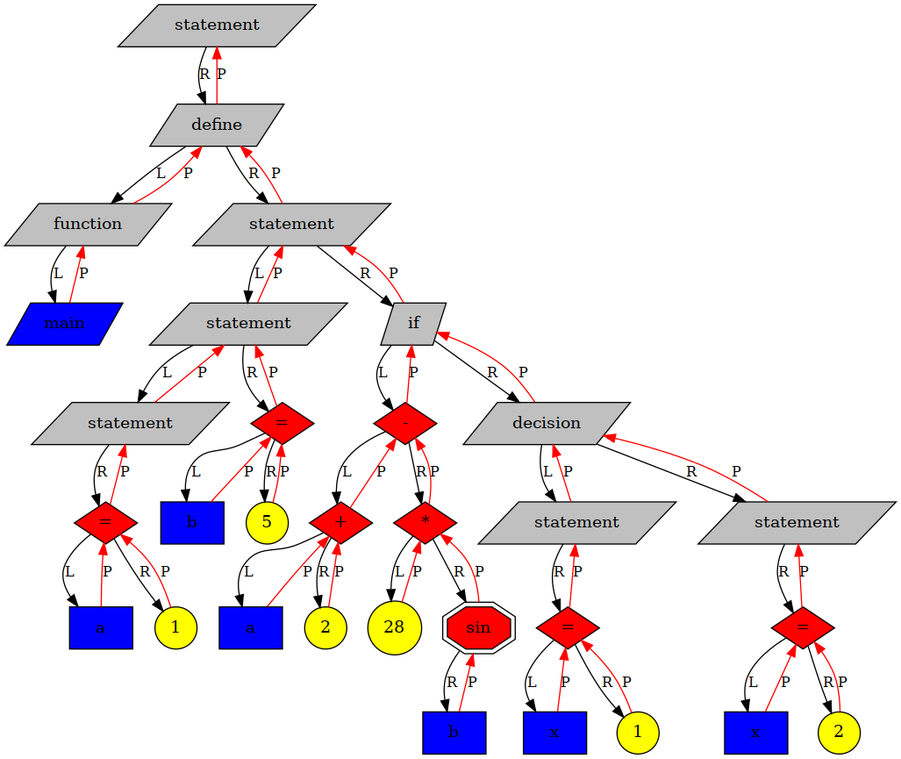
vihlancevk/MyProgrammingLanguage keeps this Graphviz diagram as graphviz.png. Above is the earlier version. Its source is kept beside it as graphviz.gv.
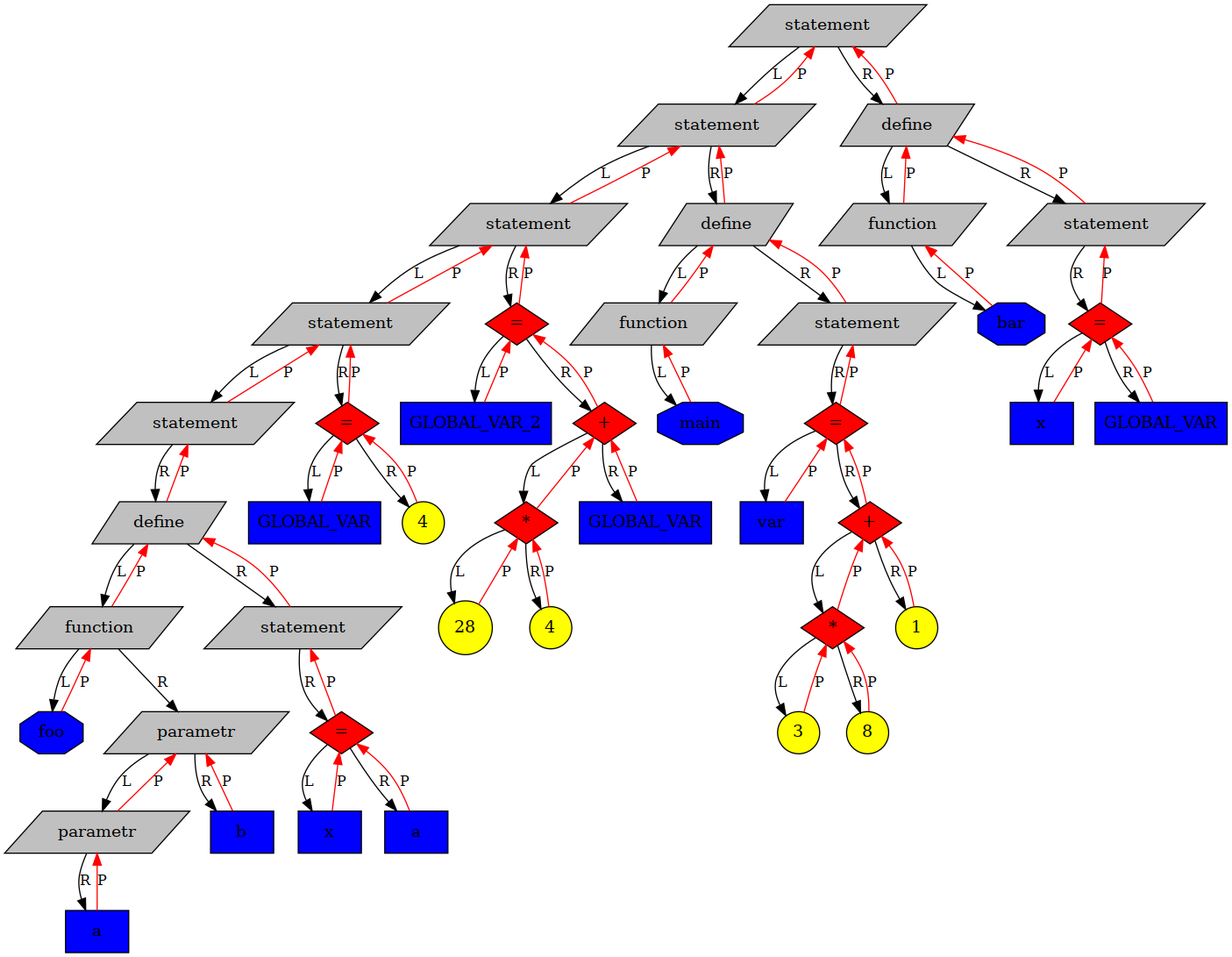
The same diagram one commit later.

What changed in the source:
```diff
@@ -4,97 +4,135 @@
 
 	node[fontsize=14];
 
-	94216030987312[shape=record, shape=parallelogram, style="filled", fillcolor=grey, label="statement"];
-	94216030987408[shape=record, shape=parallelogram, style="filled", fillcolor=grey, label="define"];
-	94216030987600[shape=record, shape=parallelogram, style="filled", fillcolor=grey, label="function"];
-	94216030990768[shape=record, shape=parallelogram, style="filled", fillcolor=blue, label="main"];
-	94216030988688[shape=record, shape=parallelogram, style="filled", fillcolor=grey, label="statement"];
-	94216030988240[shape=record, shape=parallelogram, style="filled", fillcolor=grey, label="statement"];
-	94216030987792[shape=record, shape=parallelogram, style="filled", fillcolor=grey, label="statement"];
-	94216030987856[shape=record, shape=diamond, style="filled", fillcolor=red, label="="];
-	94216030988048[shape=record, shape=rectangle, style="filled", fillcolor=blue, label="a"];
-	94216030988144[shape=record, shape=circle, style="filled", fillcolor=yellow, label="1"];
-	94216030988304[shape=record, shape=diamond, style="filled", fillcolor=red, label="="];
-	94216030988496[shape=record, shape=rectangle, style="filled", fillcolor=blue, label="b"];
-	94216030988592[shape=record, shape=circle, style="filled", fillcolor=yellow, label="5"];
-	94216030988752[shape=record, shape=parallelogram, style="filled", fillcolor=grey, label="if"];
-	94216030989552[shape=record, shape=diamond, style="filled", fillcolor=red, label="-"];
-	94216030989104[shape=record, shape=diamond, style="filled", fillcolor=red, label="+"];
-	94216030988944[shape=record, shape=rectangle, style="filled", fillcolor=blue, label="a"];
-	94216030989040[shape=record, shape=circle, style="filled", fillcolor=yellow, label="2"];
-	94216030989456[shape=record, shape=diamond, style="filled", fillcolor=red, label="*"];
-	94216030989200[shape=record, shape=circle, style="filled", fillcolor=yellow, label="28"];
-	94216030989360[shape=record, shape=doubleoctagon, style="filled", fillcolor=red, label="sin"];
-	94216030989264[shape=record, shape=rectangle, style="filled", fillcolor=blue, label="b"];
-	94216030989648[shape=record, shape=parallelogram, style="filled", fillcolor=grey, label="decision"];
-	94216030989840[shape=record, shape=parallelogram, style="filled", fillcolor=grey, label="statement"];
-	94216030989904[shape=record, shape=diamond, style="filled", fillcolor=red, label="="];
-	94216030990096[shape=record, shape=rectangle, style="filled", fillcolor=blue, label="x"];
-	94216030990192[shape=record, shape=circle, style="filled", fillcolor=yellow, label="1"];
-	94216030990288[shape=record, shape=parallelogram, style="filled", fillcolor=grey, label="statement"];
-	94216030990352[shape=record, shape=diamond, style="filled", fillcolor=red, label="="];
-	94216030990544[shape=record, shape=rectangle, style="filled", fillcolor=blue, label="x"];
-	94216030990640[shape=record, shape=circle, style="filled", fillcolor=yellow, label="2"];
+	94135937869344[shape=record, shape=parallelogram, style="filled", fillcolor=grey, label="statement"];
+	94135937867904[shape=record, shape=parallelogram, style="filled", fillcolor=grey, label="statement"];
+	94135937867104[shape=record, shape=parallelogram, style="filled", fillcolor=grey, label="statement"];
+	94135937866656[shape=record, shape=parallelogram, style="filled", fillcolor=grey, label="statement"];
+	94135937865024[shape=record, shape=parallelogram, style="filled", fillcolor=grey, label="statement"];
+	94135937865088[shape=record, shape=parallelogram, style="filled", fillcolor=grey, label="define"];
+	94135937865280[shape=record, shape=parallelogram, style="filled", fillcolor=grey, label="function"];
+	94135937865472[shape=record, shape=octagon, style="filled", fillcolor=blue, label="foo"];
+	94135937865856[shape=record, shape=parallelogram, style="filled", fillcolor=grey, label="parametr"];
+	94135937865568[shape=record, shape=parallelogram, style="filled", fillcolor=grey, label="parametr"];
+	94135937865632[shape=record, shape=rectangle, style="filled", fillcolor=blue, label="a"];
+	94135937865920[shape=record, shape=rectangle, style="filled", fillcolor=blue, label="b"];
+	94135937866144[shape=record, shape=parallelogram, style="filled", fillcolor=grey, label="statement"];
+	94135937866208[shape=record, shape=diamond, style="filled", fillcolor=red, label="="];
+	94135937866400[shape=record, shape=rectangle, style="filled", fillcolor=blue, label="x"];
+	94135937866496[shape=record, shape=rectangle, style="filled", fillcolor=blue, label="a"];
+	94135937866720[shape=record, shape=diamond, style="filled", fillcolor=red, label="="];
+	94135937866912[shape=record, shape=rectangle, style="filled", fillcolor=blue, label="GLOBAL_VAR"];
+	94135937867008[shape=record, shape=circle, style="filled", fillcolor=yellow, label="4"];
+	94135937867168[shape=record, shape=diamond, style="filled", fillcolor=red, label="="];
+	94135937867360[shape=record, shape=rectangle, style="filled", fillcolor=blue, label="GLOBAL_VAR_2"];
+	94135937867776[shape=record, shape=diamond, style="filled", fillcolor=red, label="+"];
+	94135937867584[shape=record, shape=diamond, style="filled", fillcolor=red, label="*"];
+	94135937867456[shape=record, shape=circle, style="filled", fillcolor=yellow, label="28"];
+	94135937867520[shape=record, shape=circle, style="filled", fillcolor=yellow, label="4"];
+	94135937867680[shape=record, shape=rectangle, style="filled", fillcolor=blue, label="GLOBAL_VAR"];
+	94135937867968[shape=record, shape=parallelogram, style="filled", fillcolor=grey, label="define"];
+	94135937868160[shape=record, shape=parallelogram, style="filled", fillcolor=grey, label="function"];
+	94135937868352[shape=record, shape=octagon, style="filled", fillcolor=blue, label="main"];
+	94135937868544[shape=record, shape=parallelogram, style="filled", fillcolor=grey, label="statement"];
+	94135937868608[shape=record, shape=diamond, style="filled", fillcolor=red, label="="];
+	94135937868800[shape=record, shape=rectangle, style="filled", fillcolor=blue, label="var"];
+	94135937869184[shape=record, shape=diamond, style="filled", fillcolor=red, label="+"];
+	94135937869024[shape=record, shape=diamond, style="filled", fillcolor=red, label="*"];
+	94135937868896[shape=record, shape=circle, style="filled", fillcolor=yellow, label="3"];
+	94135937868960[shape=record, shape=circle, style="filled", fillcolor=yellow, label="8"];
+	94135937869120[shape=record, shape=circle, style="filled", fillcolor=yellow, label="1"];
+	94135937869408[shape=record, shape=parallelogram, style="filled", fillcolor=grey, label="define"];
+	94135937869600[shape=record, shape=parallelogram, style="filled", fillcolor=grey, label="function"];
+	94135937869792[shape=record, shape=octagon, style="filled", fillcolor=blue, label="bar"];
+	94135937869888[shape=record, shape=parallelogram, style="filled", fillcolor=grey, label="statement"];
+	94135937869952[shape=record, shape=diamond, style="filled", fillcolor=red, label="="];
+	94135937870144[shape=record, shape=rectangle, style="filled", fillcolor=blue, label="x"];
+	94135937870240[shape=record, shape=rectangle, style="filled", fillcolor=blue, label="GLOBAL_VAR"];
 
-	94216030987312 -> 94216030987408[label = "R", fontsize=12]
-	94216030987408 -> 94216030987312[label = "P", color=red, fontsize=12]
-	94216030987408 -> 94216030987600[label = "L", fontsize=12]
-	94216030987408 -> 94216030988688[label = "R", fontsize=12]
-	94216030987600 -> 94216030987408[label = "P", color=red, fontsize=12]
-	94216030987600 -> 94216030990768[label = "L", fontsize=12]
-	94216030990768 -> 94216030987600[label = "P", color=red, fontsize=12]
-	94216030988688 -> 94216030987408[label = "P", color=red, fontsize=12]
-	94216030988688 -> 94216030988240[label = "L", fontsize=12]
-	94216030988688 -> 94216030988752[label = "R", fontsize=12]
-	94216030988240 -> 94216030988688[label = "P", color=red, fontsize=12]
-	94216030988240 -> 94216030987792[label = "L", fontsize=12]
-	94216030988240 -> 94216030988304[label = "R", fontsize=12]
-	94216030987792 -> 94216030988240[label = "P", color=red, fontsize=12]
-	94216030987792 -> 94216030987856[label = "R", fontsize=12]
-	94216030987856 -> 94216030987792[label = "P", color=red, fontsize=12]
-	94216030987856 -> 94216030988048[label = "L", fontsize=12]
-	94216030987856 -> 94216030988144[label = "R", fontsize=12]
-	94216030988048 -> 94216030987856[label = "P", color=red, fontsize=12]
-	94216030988144 -> 94216030987856[label = "P", color=red, fontsize=12]
-	94216030988304 -> 94216030988240[label = "P", color=red, fontsize=12]
-	94216030988304 -> 94216030988496[label = "L", fontsize=12]
-	94216030988304 -> 94216030988592[label = "R", fontsize=12]
-	94216030988496 -> 94216030988304[label = "P", color=red, fontsize=12]
-	94216030988592 -> 94216030988304[label = "P", color=red, fontsize=12]
-	94216030988752 -> 94216030988688[label = "P", color=red, fontsize=12]
-	94216030988752 -> 94216030989552[label = "L", fontsize=12]
-	94216030988752 -> 94216030989648[label = "R", fontsize=12]
-	94216030989552 -> 94216030988752[label = "P", color=red, fontsize=12]
-	94216030989552 -> 94216030989104[label = "L", fontsize=12]
-	94216030989552 -> 94216030989456[label = "R", fontsize=12]
-	94216030989104 -> 94216030989552[label = "P", color=red, fontsize=12]
-	94216030989104 -> 94216030988944[label = "L", fontsize=12]
-	94216030989104 -> 94216030989040[label = "R", fontsize=12]
-	94216030988944 -> 94216030989104[label = "P", color=red, fontsize=12]
-	94216030989040 -> 94216030989104[label = "P", color=red, fontsize=12]
-	94216030989456 -> 94216030989552[label = "P", color=red, fontsize=12]
-	94216030989456 -> 94216030989200[label = "L", fontsize=12]
-	94216030989456 -> 94216030989360[label = "R", fontsize=12]
-	94216030989200 -> 94216030989456[label = "P", color=red, fontsize=12]
-	94216030989360 -> 94216030989456[label = "P", color=red, fontsize=12]
-	94216030989360 -> 94216030989264[label = "R", fontsize=12]
-	94216030989264 -> 94216030989360[label = "P", color=red, fontsize=12]
-	94216030989648 -> 94216030988752[label = "P", color=red, fontsize=12]
-	94216030989648 -> 94216030989840[label = "L", fontsize=12]
-	94216030989648 -> 94216030990288[label = "R", fontsize=12]
-	94216030989840 -> 94216030989648[label = "P", color=red, fontsize=12]
-	94216030989840 -> 94216030989904[label = "R", fontsize=12]
-	94216030989904 -> 94216030989840[label = "P", color=red, fontsize=12]
-	94216030989904 -> 94216030990096[label = "L", fontsize=12]
-	94216030989904 -> 94216030990192[label = "R", fontsize=12]
-	94216030990096 -> 94216030989904[label = "P", color=red, fontsize=12]
-	94216030990192 -> 94216030989904[label = "P", color=red, fontsize=12]
-	94216030990288 -> 94216030989648[label = "P", color=red, fontsize=12]
-	94216030990288 -> 94216030990352[label = "R", fontsize=12]
-	94216030990352 -> 94216030990288[label = "P", color=red, fontsize=12]
-	94216030990352 -> 94216030990544[label = "L", fontsize=12]
-	94216030990352 -> 94216030990640[label = "R", fontsize=12]
-	94216030990544 -> 94216030990352[label = "P", color=red, fontsize=12]
-	94216030990640 -> 94216030990352[label = "P", color=red, fontsize=12]
+	94135937869344 -> 94135937867904[label = "L", fontsize=12]
+	94135937869344 -> 94135937869408[label = "R", fontsize=12]
+	94135937867904 -> 94135937869344[label = "P", color=red, fontsize=12]
+	94135937867904 -> 94135937867104[label = "L", fontsize=12]
+	94135937867904 -> 94135937867968[label = "R", fontsize=12]
+	94135937867104 -> 94135937867904[label = "P", color=red, fontsize=12]
+	94135937867104 -> 94135937866656[label = "L", fontsize=12]
+	94135937867104 -> 94135937867168[label = "R", fontsize=12]
+	94135937866656 -> 94135937867104[label = "P", color=red, fontsize=12]
+	94135937866656 -> 94135937865024[label = "L", fontsize=12]
+	94135937866656 -> 94135937866720[label = "R", fontsize=12]
+	94135937865024 -> 94135937866656[label = "P", color=red, fontsize=12]
+	94135937865024 -> 94135937865088[label = "R", fontsize=12]
+	94135937865088 -> 94135937865024[label = "P", color=red, fontsize=12]
+	94135937865088 -> 94135937865280[label = "L", fontsize=12]
+	94135937865088 -> 94135937866144[label = "R", fontsize=12]
+	94135937865280 -> 94135937865088[label = "P", color=red, fontsize=12]
+	94135937865280 -> 94135937865472[label = "L", fontsize=12]
+	94135937865280 -> 94135937865856[label = "R", fontsize=12]
+	94135937865472 -> 94135937865280[label = "P", color=red, fontsize=12]
+	94135937865856 -> 94135937865568[label = "L", fontsize=12]
+	94135937865856 -> 94135937865920[label = "R", fontsize=12]
+	94135937865568 -> 94135937865856[label = "P", color=red, fontsize=12]
+	94135937865568 -> 94135937865632[label = "R", fontsize=12]
+	94135937865632 -> 94135937865568[label = "P", color=red, fontsize=12]
+	94135937865920 -> 94135937865856[label = "P", color=red, fontsize=12]
+	94135937866144 -> 94135937865088[label = "P", color=red, fontsize=12]
+	94135937866144 -> 94135937866208[label = "R", fontsize=12]
+	94135937866208 -> 94135937866144[label = "P", color=red, fontsize=12]
+	94135937866208 -> 94135937866400[label = "L", fontsize=12]
+	94135937866208 -> 94135937866496[label = "R", fontsize=12]
+	94135937866400 -> 94135937866208[label = "P", color=red, fontsize=12]
+	94135937866496 -> 94135937866208[label = "P", color=red, fontsize=12]
+	94135937866720 -> 94135937866656[label = "P", color=red, fontsize=12]
+	94135937866720 -> 94135937866912[label = "L", fontsize=12]
+	94135937866720 -> 94135937867008[label = "R", fontsize=12]
+	94135937866912 -> 94135937866720[label = "P", color=red, fontsize=12]
+	94135937867008 -> 94135937866720[label = "P", color=red, fontsize=12]
+	94135937867168 -> 94135937867104[label = "P", color=red, fontsize=12]
+	94135937867168 -> 94135937867360[label = "L", fontsize=12]
+	94135937867168 -> 94135937867776[label = "R", fontsize=12]
+	94135937867360 -> 94135937867168[label = "P", color=red, fontsize=12]
+	94135937867776 -> 94135937867168[label = "P", color=red, fontsize=12]
+	94135937867776 -> 94135937867584[label = "L", fontsize=12]
+	94135937867776 -> 94135937867680[label = "R", fontsize=12]
+	94135937867584 -> 94135937867776[label = "P", color=red, fontsize=12]
+	94135937867584 -> 94135937867456[label = "L", fontsize=12]
+	94135937867584 -> 94135937867520[label = "R", fontsize=12]
+	94135937867456 -> 94135937867584[label = "P", color=red, fontsize=12]
+	94135937867520 -> 94135937867584[label = "P", color=red, fontsize=12]
+	94135937867680 -> 94135937867776[label = "P", color=red, fontsize=12]
+	94135937867968 -> 94135937867904[label = "P", color=red, fontsize=12]
+	94135937867968 -> 94135937868160[label = "L", fontsize=12]
+	94135937867968 -> 94135937868544[label = "R", fontsize=12]
+	94135937868160 -> 94135937867968[label = "P", color=red, fontsize=12]
+	94135937868160 -> 94135937868352[label = "L", fontsize=12]
+	94135937868352 -> 94135937868160[label = "P", color=red, fontsize=12]
+	94135937868544 -> 94135937867968[label = "P", color=red, fontsize=12]
+	94135937868544 -> 94135937868608[label = "R", fontsize=12]
+	94135937868608 -> 94135937868544[label = "P", color=red, fontsize=12]
+	94135937868608 -> 94135937868800[label = "L", fontsize=12]
+	94135937868608 -> 94135937869184[label = "R", fontsize=12]
+	94135937868800 -> 94135937868608[label = "P", color=red, fontsize=12]
+	94135937869184 -> 94135937868608[label = "P", color=red, fontsize=12]
+	94135937869184 -> 94135937869024[label = "L", fontsize=12]
+	94135937869184 -> 94135937869120[label = "R", fontsize=12]
+	94135937869024 -> 94135937869184[label = "P", color=red, fontsize=12]
+	94135937869024 -> 94135937868896[label = "L", fontsize=12]
+	94135937869024 -> 94135937868960[label = "R", fontsize=12]
+	94135937868896 -> 94135937869024[label = "P", color=red, fontsize=12]
+	94135937868960 -> 94135937869024[label = "P", color=red, fontsize=12]
+	94135937869120 -> 94135937869184[label = "P", color=red, fontsize=12]
+	94135937869408 -> 94135937869344[label = "P", color=red, fontsize=12]
+	94135937869408 -> 94135937869600[label = "L", fontsize=12]
+	94135937869408 -> 94135937869888[label = "R", fontsize=12]
+	94135937869600 -> 94135937869408[label = "P", color=red, fontsize=12]
+	94135937869600 -> 94135937869792[label = "L", fontsize=12]
+	94135937869792 -> 94135937869600[label = "P", color=red, fontsize=12]
+	94135937869888 -> 94135937869408[label = "P", color=red, fontsize=12]
+	94135937869888 -> 94135937869952[label = "R", fontsize=12]
+	94135937869952 -> 94135937869888[label = "P", color=red, fontsize=12]
+	94135937869952 -> 94135937870144[label = "L", fontsize=12]
+	94135937869952 -> 94135937870240[label = "R", fontsize=12]
+	94135937870144 -> 94135937869952[label = "P", color=red, fontsize=12]
+	94135937870240 -> 94135937869952[label = "P", color=red, fontsize=12]
 
 }
```
